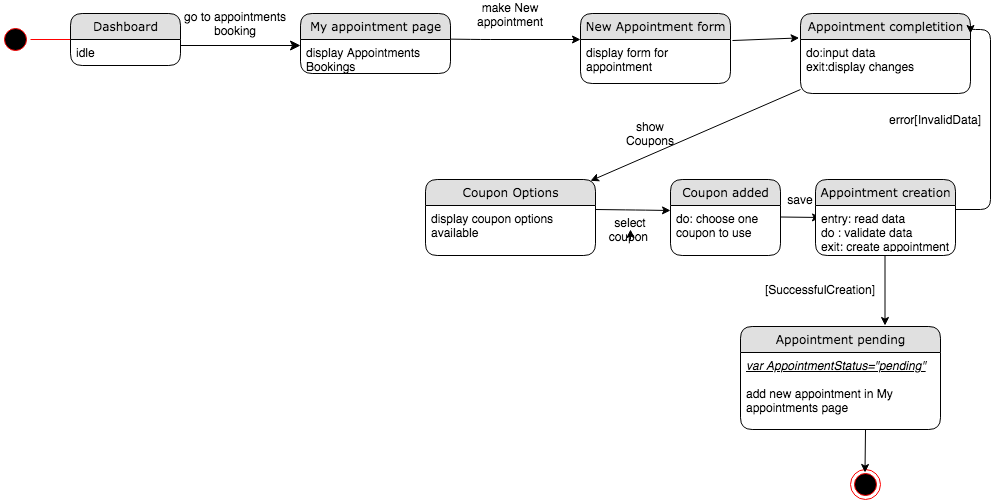
The draw.io diagram Diagrams/State Chart Diagrams FINAL/ST_29 USE COUPON.png in kkasharaj17/SE-project, before a commit. Source tidied: cells renumbered, new cells last; positions are measured from the earlier drawing's top-left corner, leaving out a move shared by most shapes.
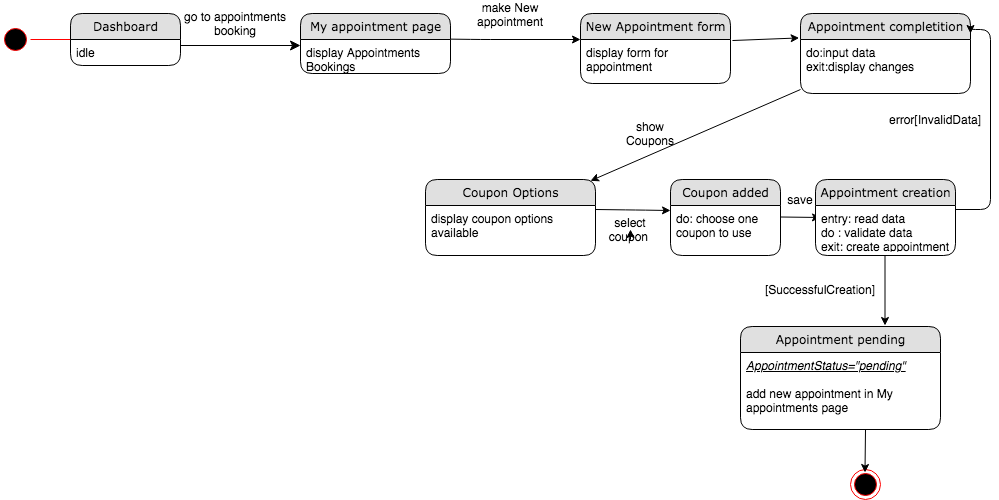
Above is the later version.

The edit, as a diff of the source:
```diff
@@ -134,7 +134,7 @@
     <mxCell id="34" value="Appointment pending" style="swimlane;html=1;fontStyle=0;horizontal=1;startSize=26;fillColor=#e0e0e0;swimlaneFillColor=#ffffff;align=center;rounded=1;shadow=0;comic=0;labelBackgroundColor=none;strokeWidth=1;fontFamily=Verdana;fontSize=12;" parent="1" vertex="1">
       <mxGeometry x="740" y="322" width="200" height="103" as="geometry" />
     </mxCell>
-    <mxCell id="35" value="&lt;i&gt;&lt;u&gt;var AppointmentStatus=&quot;pending&quot;&lt;/u&gt;&lt;/i&gt;&lt;br&gt;&lt;br&gt;add new appointment in My appointments page" style="text;html=1;strokeColor=none;fillColor=none;spacingLeft=4;spacingRight=4;whiteSpace=wrap;overflow=hidden;" parent="34" vertex="1">
+    <mxCell id="35" value="&lt;i&gt;&lt;u&gt;AppointmentStatus=&quot;pending&quot;&lt;/u&gt;&lt;/i&gt;&lt;br&gt;&lt;br&gt;add new appointment in My appointments page" style="text;html=1;strokeColor=none;fillColor=none;spacingLeft=4;spacingRight=4;whiteSpace=wrap;overflow=hidden;" parent="34" vertex="1">
       <mxGeometry y="26" width="200" height="64" as="geometry" />
     </mxCell>
     <mxCell id="36" style="endArrow=classic;html=1;" parent="1" edge="1">
```
